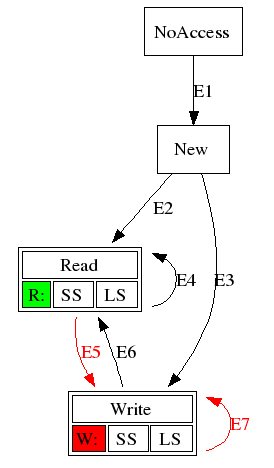
Above: msm/prop1.png in spurious/ThreadSanitizer-mirror (Graphviz), before the change. Its source is kept beside it as msm/prop1.dot.
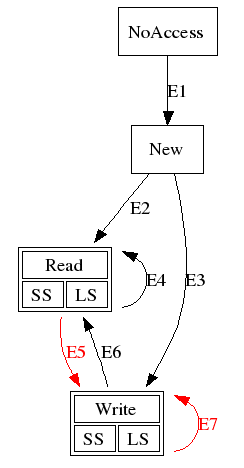
After the commit.

Diff of the diagram source:
```diff
@@ -3,18 +3,16 @@
    New   [shape=rectangle label="New"];
 
    Read  [shape=plaintext label=<<TABLE BGCOLOR="white"> <tr>
-        <td colspan="3">Read</td>
+        <td colspan="2">Read</td>
       </tr> <tr>
-        <td bgcolor="green">R:</td>
         <td> SS </td>
         <td> LS </td>
       </tr> </TABLE>>
     ]
 
    Write  [shape=plaintext label=<<TABLE BGCOLOR="white"> <tr>
-        <td colspan="3">Write</td>
+        <td colspan="2">Write</td>
       </tr> <tr>
-        <td bgcolor="red">W:</td>
         <td> SS </td>
         <td> LS </td>
       </tr> </TABLE>>
```
